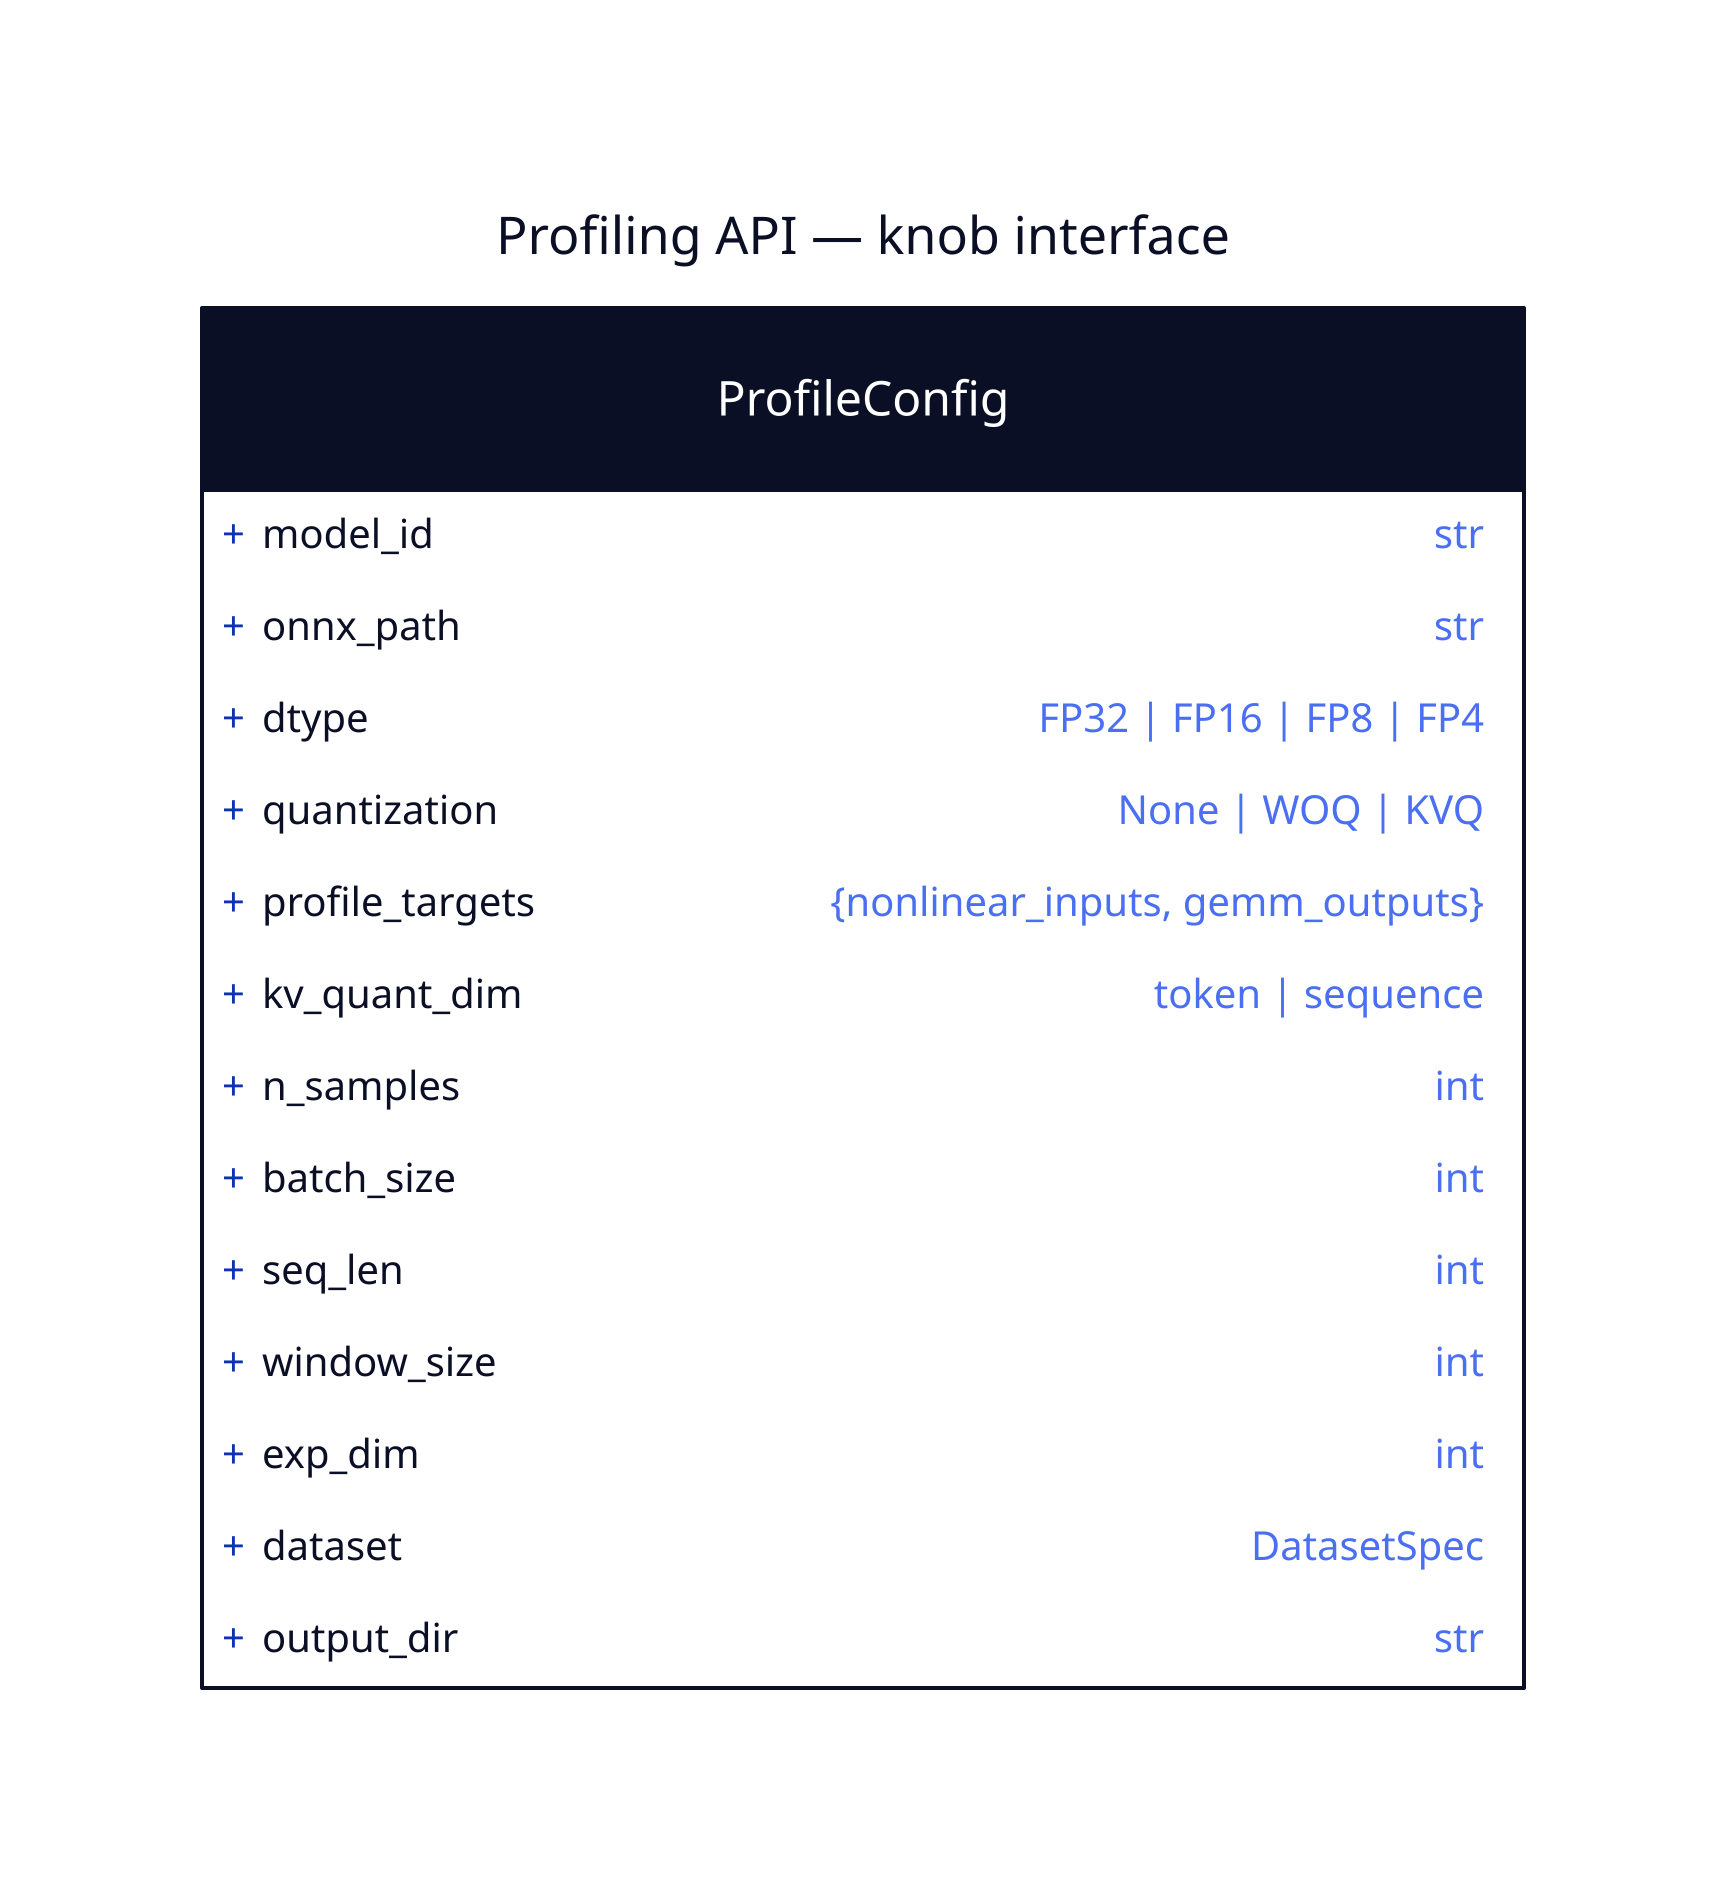
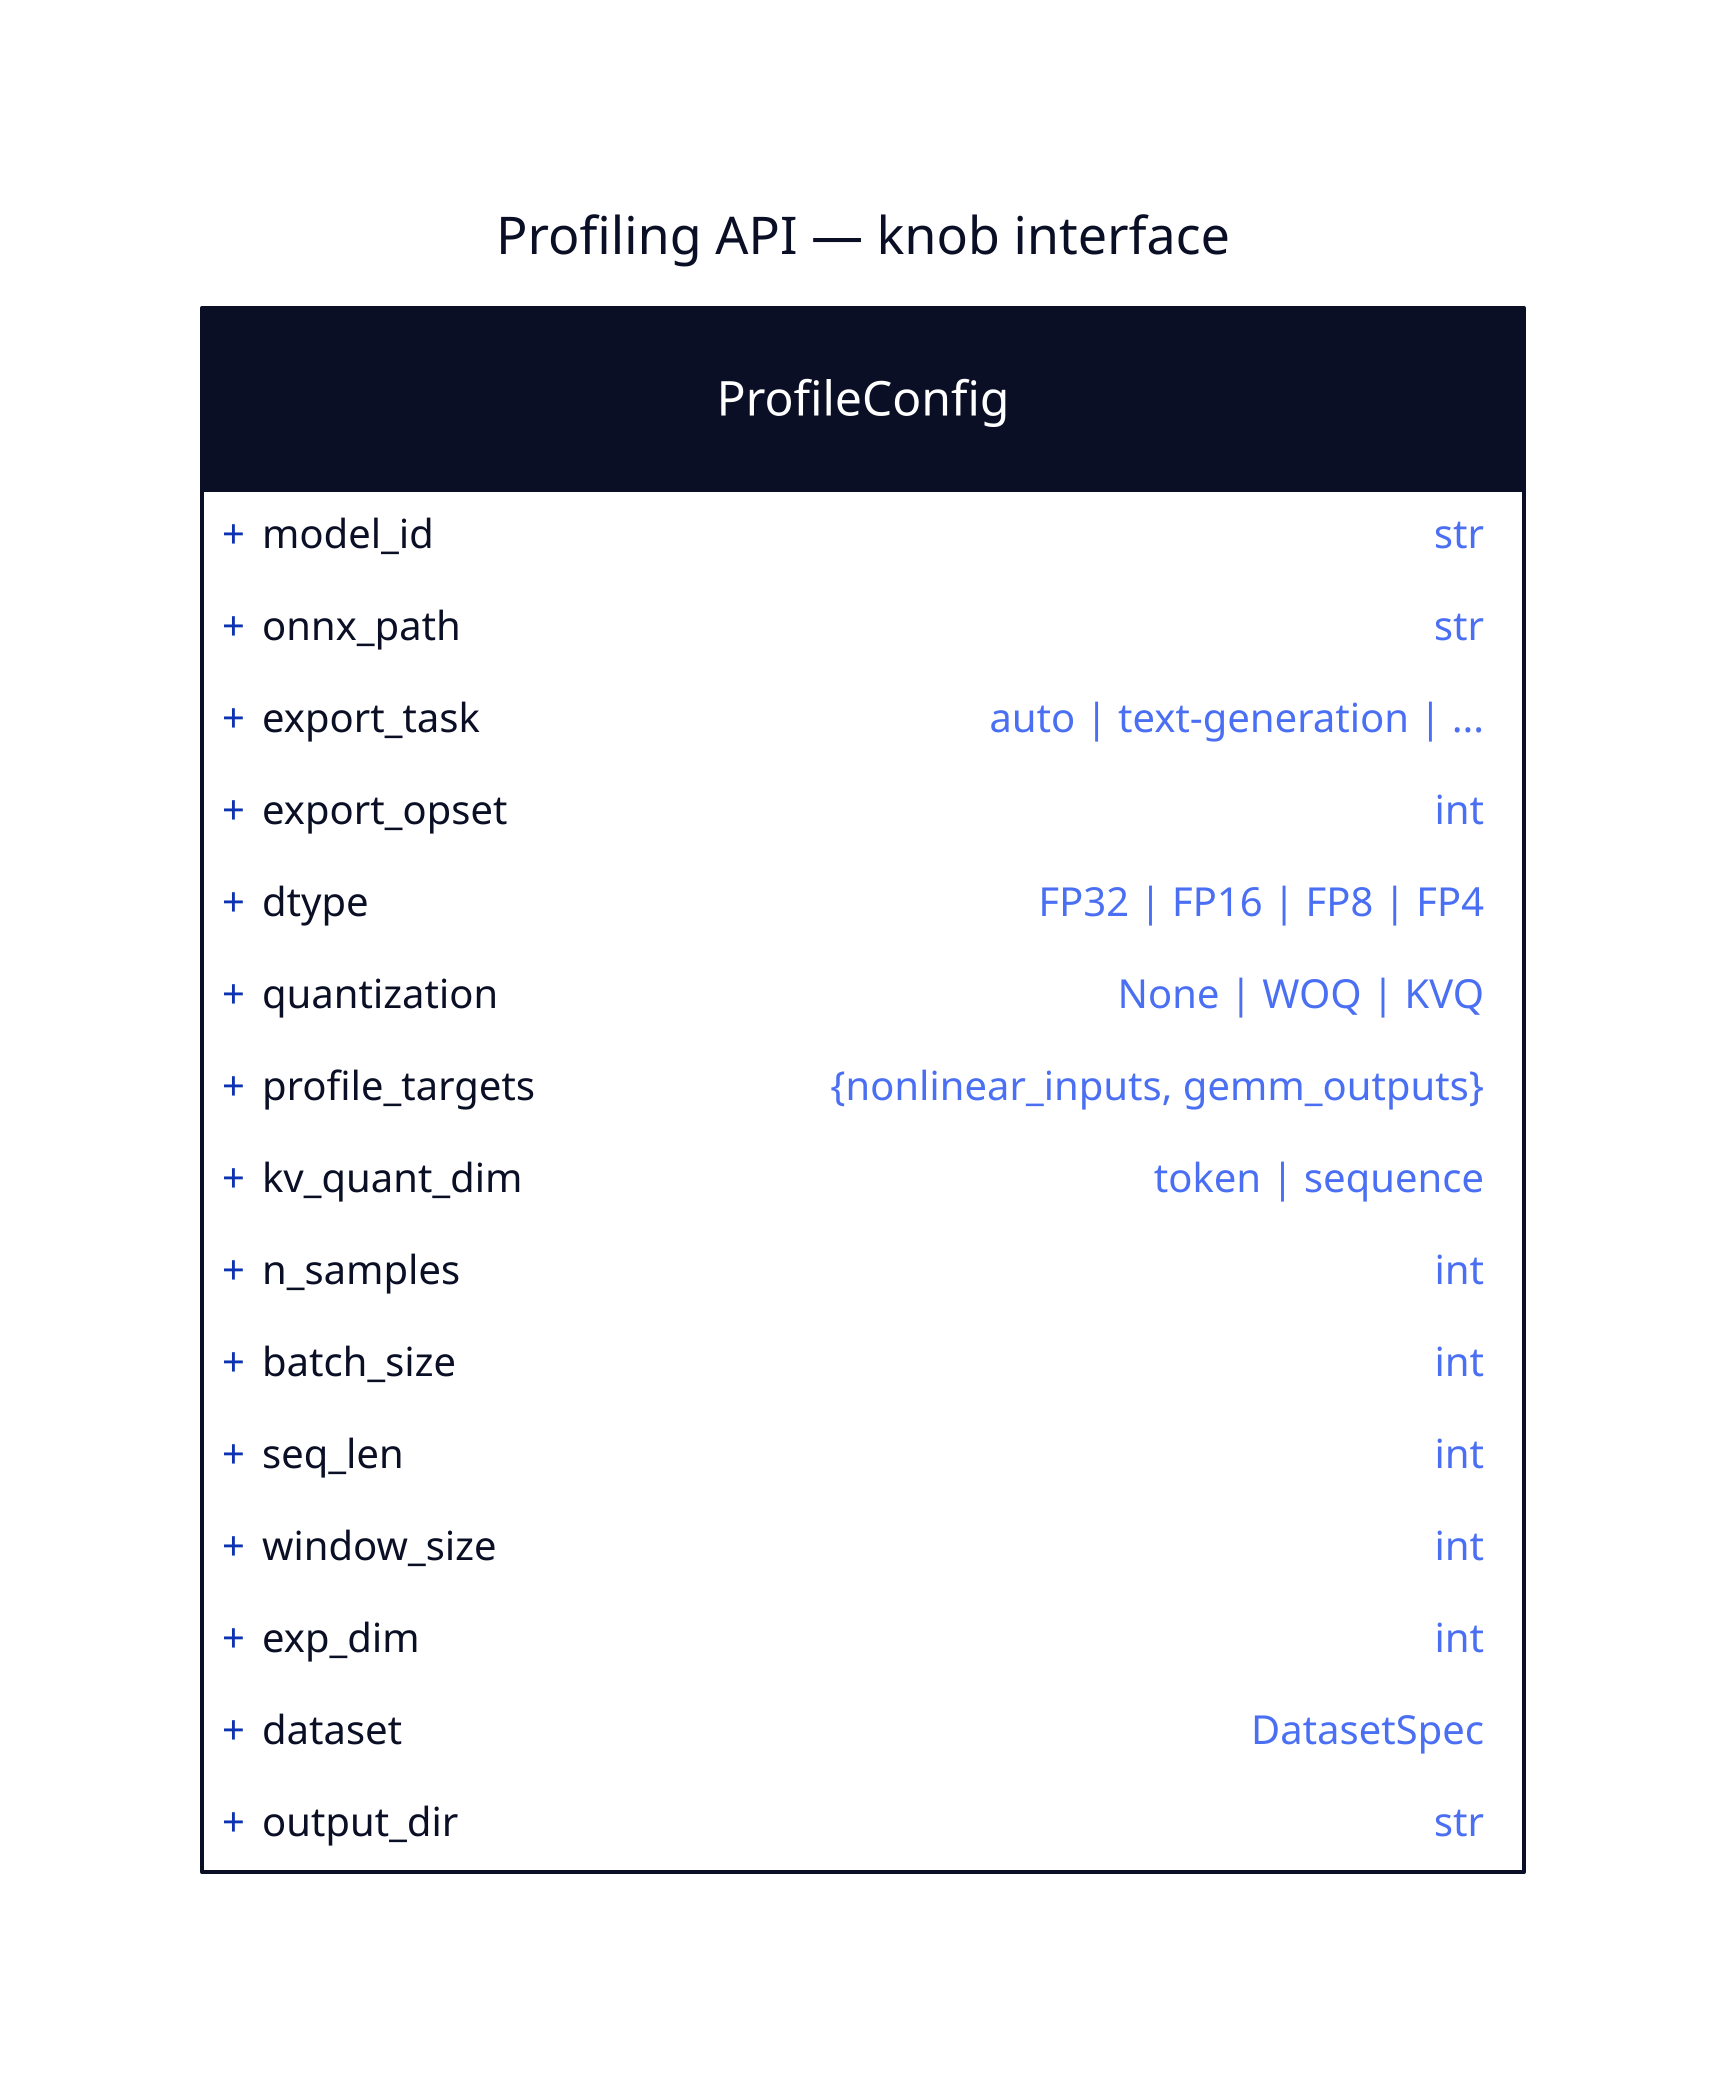
direction: down

title: Profiling API — knob interface {
  near: top-center
  shape: text
  style: { font-size: 26; bold: true }
}

ProfileConfig: {
  shape: class
  model_id: str
  onnx_path: str
+   export_task: "auto | text-generation | ..."
+   export_opset: int
  dtype: "FP32 | FP16 | FP8 | FP4"
  quantization: "None | WOQ | KVQ"
  profile_targets: "{nonlinear_inputs, gemm_outputs}"
  kv_quant_dim: "token | sequence"
  n_samples: int
  batch_size: int
  seq_len: int
  window_size: int
  exp_dim: int
  dataset: DatasetSpec
  output_dir: str
}
